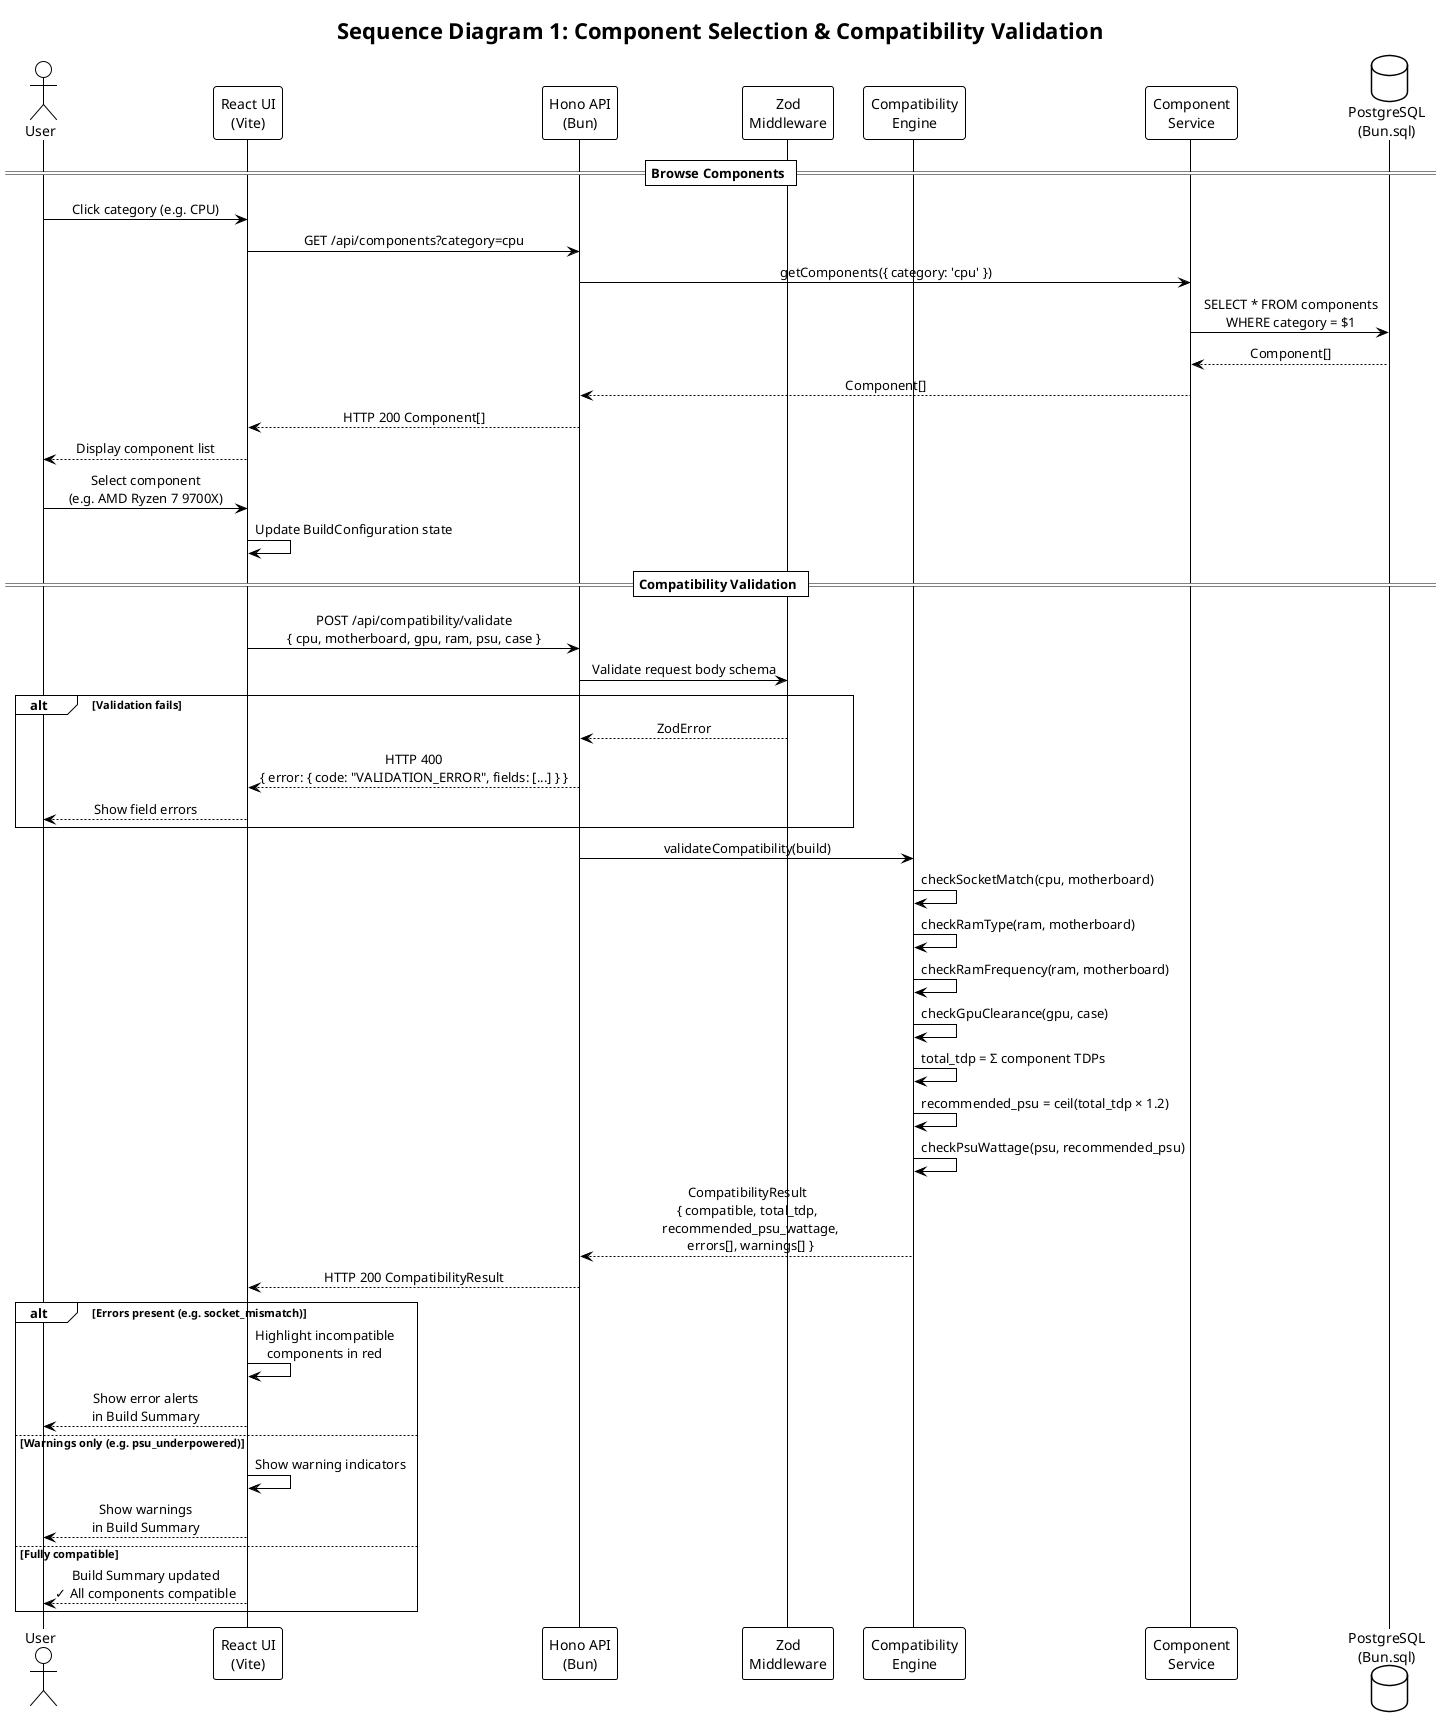
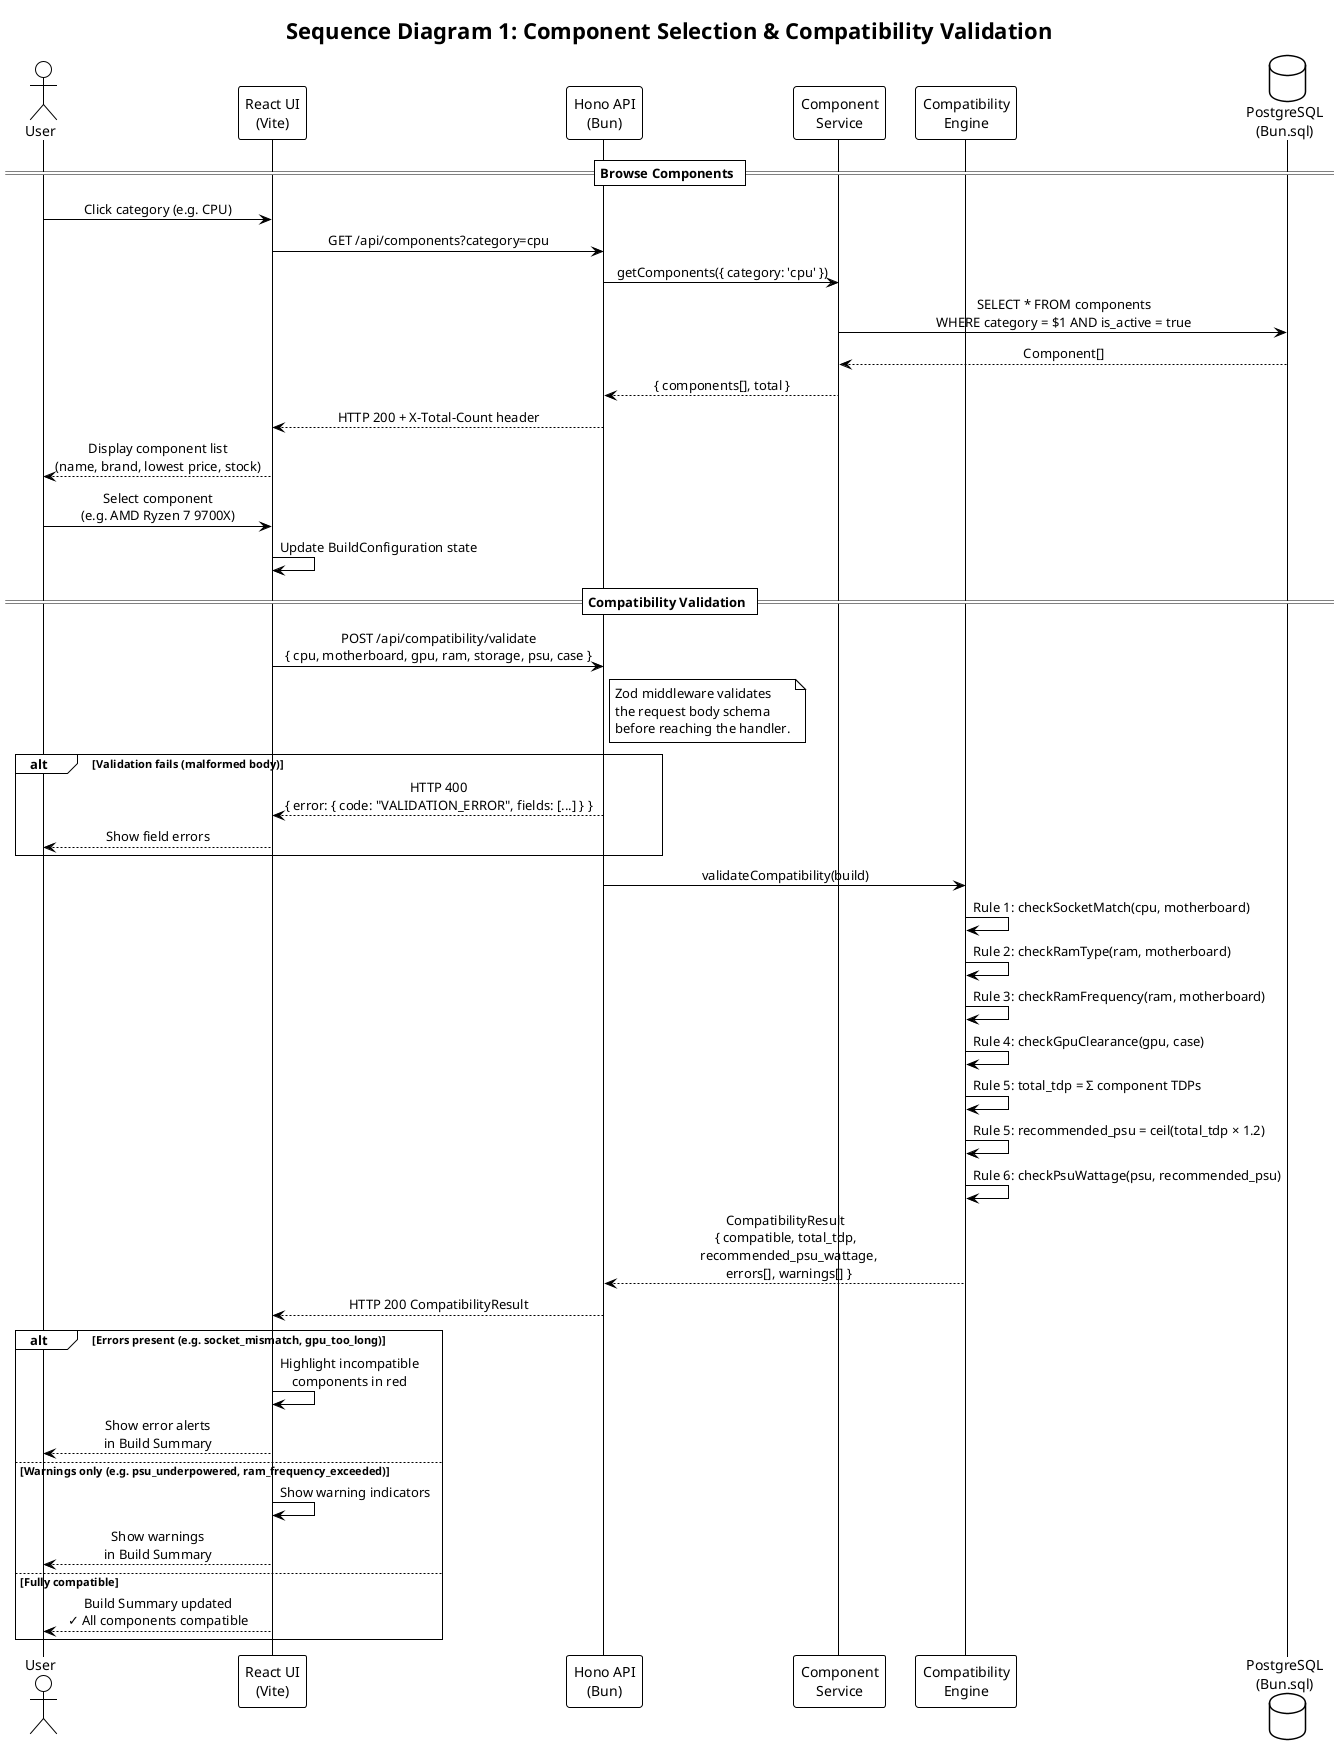
@startuml Sequence 1 - Compatibility Validation
!theme plain
skinparam sequenceMessageAlign center
skinparam responseMessageBelowArrow true

title Sequence Diagram 1: Component Selection & Compatibility Validation

actor "User" as user
participant "React UI\n(Vite)" as ui
participant "Hono API\n(Bun)" as api
- participant "Zod\nMiddleware" as zod
+ participant "Component\nService" as service
participant "Compatibility\nEngine" as engine
- participant "Component\nService" as service
database "PostgreSQL\n(Bun.sql)" as db

== Browse Components ==

user -> ui : Click category (e.g. CPU)
ui -> api : GET /api/components?category=cpu
api -> service : getComponents({ category: 'cpu' })
- service -> db : SELECT * FROM components\nWHERE category = $1
+ service -> db : SELECT * FROM components\nWHERE category = $1 AND is_active = true
db --> service : Component[]
- service --> api : Component[]
- api --> ui : HTTP 200 Component[]
- ui --> user : Display component list
+ service --> api : { components[], total }
+ api --> ui : HTTP 200 + X-Total-Count header
+ ui --> user : Display component list\n(name, brand, lowest price, stock)

user -> ui : Select component\n(e.g. AMD Ryzen 7 9700X)
ui -> ui : Update BuildConfiguration state

== Compatibility Validation ==

- ui -> api : POST /api/compatibility/validate\n{ cpu, motherboard, gpu, ram, psu, case }
- api -> zod : Validate request body schema
+ ui -> api : POST /api/compatibility/validate\n{ cpu, motherboard, gpu, ram, storage, psu, case }

- alt Validation fails
-   zod --> api : ZodError
+ note right of api
+   Zod middleware validates
+   the request body schema
+   before reaching the handler.
+ end note
+ 
+ alt Validation fails (malformed body)
  api --> ui : HTTP 400\n{ error: { code: "VALIDATION_ERROR", fields: [...] } }
  ui --> user : Show field errors
end

api -> engine : validateCompatibility(build)

- engine -> engine : checkSocketMatch(cpu, motherboard)
- engine -> engine : checkRamType(ram, motherboard)
- engine -> engine : checkRamFrequency(ram, motherboard)
- engine -> engine : checkGpuClearance(gpu, case)
- engine -> engine : total_tdp = Σ component TDPs
- engine -> engine : recommended_psu = ceil(total_tdp × 1.2)
- engine -> engine : checkPsuWattage(psu, recommended_psu)
+ engine -> engine : Rule 1: checkSocketMatch(cpu, motherboard)
+ engine -> engine : Rule 2: checkRamType(ram, motherboard)
+ engine -> engine : Rule 3: checkRamFrequency(ram, motherboard)
+ engine -> engine : Rule 4: checkGpuClearance(gpu, case)
+ engine -> engine : Rule 5: total_tdp = Σ component TDPs
+ engine -> engine : Rule 5: recommended_psu = ceil(total_tdp × 1.2)
+ engine -> engine : Rule 6: checkPsuWattage(psu, recommended_psu)

engine --> api : CompatibilityResult\n{ compatible, total_tdp,\n  recommended_psu_wattage,\n  errors[], warnings[] }
api --> ui : HTTP 200 CompatibilityResult

- alt Errors present (e.g. socket_mismatch)
+ alt Errors present (e.g. socket_mismatch, gpu_too_long)
  ui -> ui : Highlight incompatible\ncomponents in red
  ui --> user : Show error alerts\nin Build Summary
- else Warnings only (e.g. psu_underpowered)
+ else Warnings only (e.g. psu_underpowered, ram_frequency_exceeded)
  ui -> ui : Show warning indicators
  ui --> user : Show warnings\nin Build Summary
else Fully compatible
  ui --> user : Build Summary updated\n✓ All components compatible
end

@enduml
